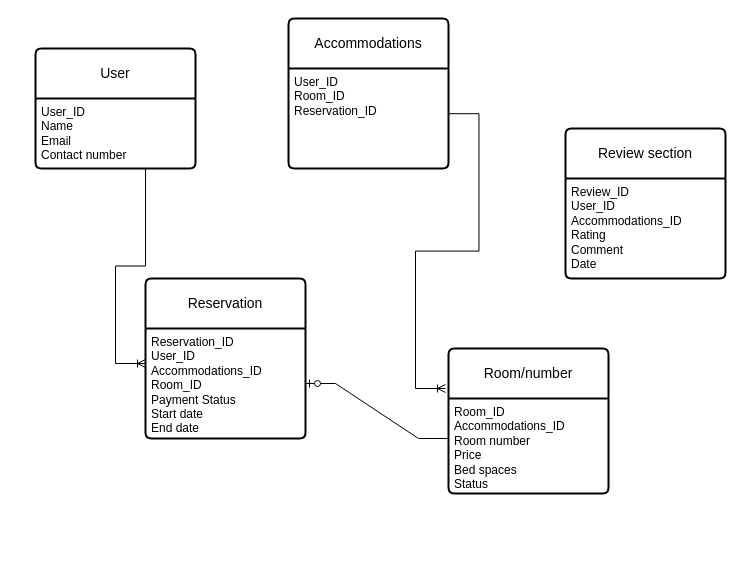
Above: Crow`sFoot.drawio in M1RVKL/MavpoLabs (draw.io), before the change. Source tidied: cells renumbered, new cells numbered last; positions are measured from the earlier drawing's top-left corner, leaving out a move shared by most shapes. Both pictures are drawn from the tidied source at 100%, with x=0, y=0 at pixel (35, 18).
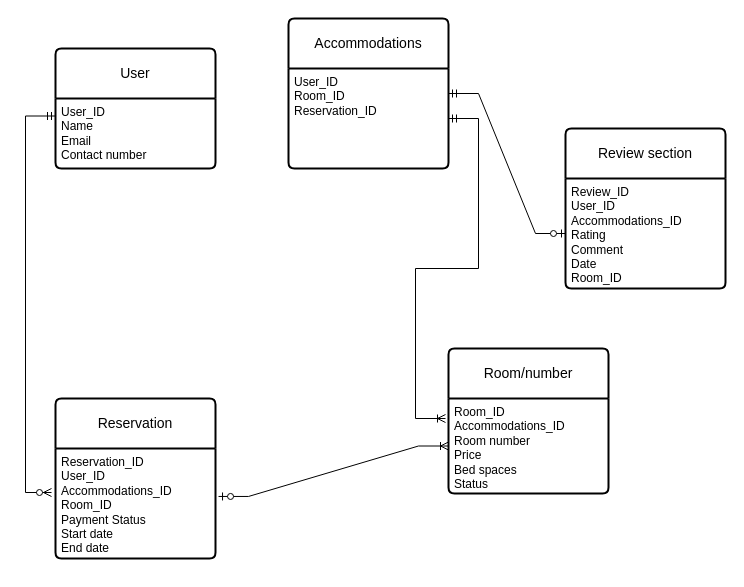
Above is the later version.

Commit message:
Crow`sFoot v2.drawio

Unchanged cells that the change refers to:
```xml
<mxCell id="3" value="Room_ID&lt;br&gt;Accommodations_ID&lt;br&gt;Room number&lt;div&gt;Price&lt;/div&gt;&lt;div&gt;Bed spaces&lt;br&gt;Status&lt;/div&gt;" style="align=left;strokeColor=none;fillColor=none;spacingLeft=4;spacingRight=4;fontSize=12;verticalAlign=top;html=1;whiteSpace=wrap;" parent="2" vertex="1">
  <mxGeometry y="50" width="160" height="95" as="geometry" />
</mxCell>
<mxCell id="5" value="User_ID&lt;br&gt;Room_ID&lt;div&gt;Reservation_ID&lt;/div&gt;" style="align=left;strokeColor=none;fillColor=none;spacingLeft=4;spacingRight=4;fontSize=12;verticalAlign=top;html=1;whiteSpace=wrap;" parent="4" vertex="1">
  <mxGeometry y="50" width="160" height="100" as="geometry" />
</mxCell>
<mxCell id="7" value="User_ID&lt;div&gt;Name&lt;br&gt;Email&lt;/div&gt;&lt;div&gt;Contact number&lt;/div&gt;" style="align=left;strokeColor=none;fillColor=none;spacingLeft=4;spacingRight=4;fontSize=12;verticalAlign=top;html=1;whiteSpace=wrap;" parent="6" vertex="1">
  <mxGeometry y="50" width="160" height="70" as="geometry" />
</mxCell>
<mxCell id="11" value="Reservation_ID&lt;div&gt;User_ID&lt;div&gt;Accommodations_ID&lt;/div&gt;&lt;div&gt;Room_ID&lt;br&gt;Payment Status&lt;/div&gt;&lt;div&gt;Start date&lt;br&gt;End date&lt;/div&gt;&lt;div&gt;&lt;br&gt;&lt;/div&gt;&lt;/div&gt;" style="align=left;strokeColor=none;fillColor=none;spacingLeft=4;spacingRight=4;fontSize=12;verticalAlign=top;html=1;whiteSpace=wrap;" parent="10" vertex="1">
  <mxGeometry y="50" width="160" height="110" as="geometry" />
</mxCell>
```

Diff of the diagram source:
```diff
@@
     <mxCell id="6" value="User" style="swimlane;horizontal=1;startSize=50;rounded=1;fontSize=14;fontStyle=0;strokeWidth=2;shadow=0;dashed=0;align=center;arcSize=4;whiteSpace=wrap;html=1;" parent="1" vertex="1">
-      <mxGeometry y="30" width="160" height="120" as="geometry" />
+      <mxGeometry x="20" y="30" width="160" height="120" as="geometry" />
     </mxCell>
@@
     <mxCell id="8" value="Review section" style="swimlane;horizontal=1;startSize=50;rounded=1;fontSize=14;fontStyle=0;strokeWidth=2;shadow=0;dashed=0;align=center;arcSize=4;whiteSpace=wrap;html=1;" parent="1" vertex="1">
-      <mxGeometry x="530" y="110" width="160" height="150" as="geometry" />
+      <mxGeometry x="530" y="110" width="160" height="160" as="geometry" />
     </mxCell>
-    <mxCell id="9" value="Review_ID&lt;br&gt;User_ID&lt;div&gt;Accommodations_ID&lt;br&gt;Rating&lt;br&gt;Comment&lt;br&gt;Date&lt;/div&gt;" style="align=left;strokeColor=none;fillColor=none;spacingLeft=4;spacingRight=4;fontSize=12;verticalAlign=top;html=1;whiteSpace=wrap;" parent="8" vertex="1">
-      <mxGeometry y="50" width="160" height="100" as="geometry" />
+    <mxCell id="9" value="Review_ID&lt;br&gt;User_ID&lt;div&gt;Accommodations_ID&lt;br&gt;Rating&lt;br&gt;Comment&lt;br&gt;Date&lt;/div&gt;&lt;div&gt;Room_ID&lt;/div&gt;" style="align=left;strokeColor=none;fillColor=none;spacingLeft=4;spacingRight=4;fontSize=12;verticalAlign=top;html=1;whiteSpace=wrap;" parent="8" vertex="1">
+      <mxGeometry y="50" width="160" height="110" as="geometry" />
     </mxCell>
     <mxCell id="10" value="Reservation" style="swimlane;horizontal=1;startSize=50;rounded=1;fontSize=14;fontStyle=0;strokeWidth=2;shadow=0;dashed=0;align=center;arcSize=4;whiteSpace=wrap;html=1;" parent="1" vertex="1">
-      <mxGeometry x="110" y="260" width="160" height="160" as="geometry" />
+      <mxGeometry x="20" y="380" width="160" height="160" as="geometry" />
     </mxCell>
@@
-    <mxCell id="12" style="edgeStyle=entityRelationEdgeStyle;fontSize=12;html=1;endArrow=ERoneToMany;rounded=0;exitX=0.5;exitY=1;exitDx=0;exitDy=0;" parent="1" edge="1" source="7">
-      <mxGeometry relative="1" as="geometry">
-        <mxPoint x="110" y="345" as="targetPoint" />
-        <Array as="points">
-          <mxPoint x="40" y="290" />
-          <mxPoint x="190" y="190" />
-          <mxPoint x="20" y="210" />
-          <mxPoint y="300" />
-          <mxPoint x="110" y="250" />
-          <mxPoint x="80" y="300" />
-          <mxPoint x="60" y="345" />
-          <mxPoint x="70" y="220" />
-          <mxPoint x="110" y="260" />
-          <mxPoint x="210" y="180" />
-        </Array>
-      </mxGeometry>
-    </mxCell>
-    <mxCell id="13" style="edgeStyle=entityRelationEdgeStyle;fontSize=12;html=1;endArrow=ERzeroToOne;endFill=1;rounded=0;exitX=0;exitY=0.421;exitDx=0;exitDy=0;exitPerimeter=0;entryX=1;entryY=0.5;entryDx=0;entryDy=0;" parent="1" edge="1" source="3" target="11">
-      <mxGeometry relative="1" as="geometry" />
-    </mxCell>
-    <mxCell id="14" style="edgeStyle=entityRelationEdgeStyle;fontSize=12;html=1;endArrow=ERoneToMany;rounded=0;exitX=1.003;exitY=0.452;exitDx=0;exitDy=0;exitPerimeter=0;" parent="1" edge="1" source="5">
-      <mxGeometry relative="1" as="geometry">
-        <mxPoint x="410" y="370" as="targetPoint" />
-        <Array as="points">
-          <mxPoint x="510" y="290" />
-        </Array>
-      </mxGeometry>
-    </mxCell>
+    <mxCell id="15" style="edgeStyle=entityRelationEdgeStyle;fontSize=12;html=1;endArrow=ERoneToMany;startArrow=ERmandOne;rounded=0;exitX=1;exitY=0.5;exitDx=0;exitDy=0;" parent="1" edge="1" source="5">
+      <mxGeometry relative="1" as="geometry">
+        <mxPoint x="410" y="400" as="targetPoint" />
+      </mxGeometry>
+    </mxCell>
+    <mxCell id="16" style="edgeStyle=entityRelationEdgeStyle;fontSize=12;html=1;endArrow=ERoneToMany;startArrow=ERzeroToOne;rounded=0;exitX=1.019;exitY=0.436;exitDx=0;exitDy=0;exitPerimeter=0;" parent="1" edge="1" source="11" target="3">
+      <mxGeometry relative="1" as="geometry" />
+    </mxCell>
+    <mxCell id="17" style="edgeStyle=orthogonalEdgeStyle;fontSize=12;html=1;endArrow=ERzeroToMany;startArrow=ERmandOne;rounded=0;entryX=-0.025;entryY=0.4;entryDx=0;entryDy=0;exitX=0;exitY=0.25;exitDx=0;exitDy=0;entryPerimeter=0;" parent="1" edge="1" source="7" target="11">
+      <mxGeometry relative="1" as="geometry">
+        <Array as="points">
+          <mxPoint x="-10" y="98" />
+          <mxPoint x="-10" y="474" />
+        </Array>
+      </mxGeometry>
+    </mxCell>
+    <mxCell id="18" style="edgeStyle=entityRelationEdgeStyle;fontSize=12;html=1;endArrow=ERzeroToOne;startArrow=ERmandOne;rounded=0;exitX=1;exitY=0.25;exitDx=0;exitDy=0;entryX=0;entryY=0.5;entryDx=0;entryDy=0;" parent="1" edge="1" source="5" target="9">
+      <mxGeometry relative="1" as="geometry" />
+    </mxCell>
```
